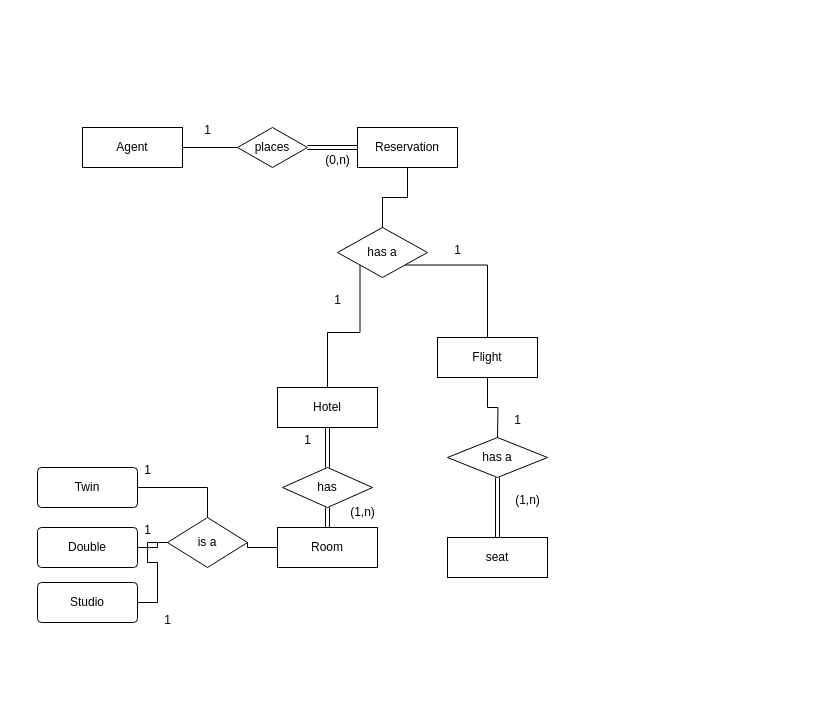
Earlier version of the draw.io diagram Q2C.drawio (Noah-B-Reef/CS-3560-Homework-3). Source tidied: cells renumbered, new cells numbered last; positions are measured from the earlier drawing's top-left corner, leaving out a move shared by most shapes. Both pictures are drawn from the tidied source at 100%, with x=0, y=0 at pixel (37, 115).
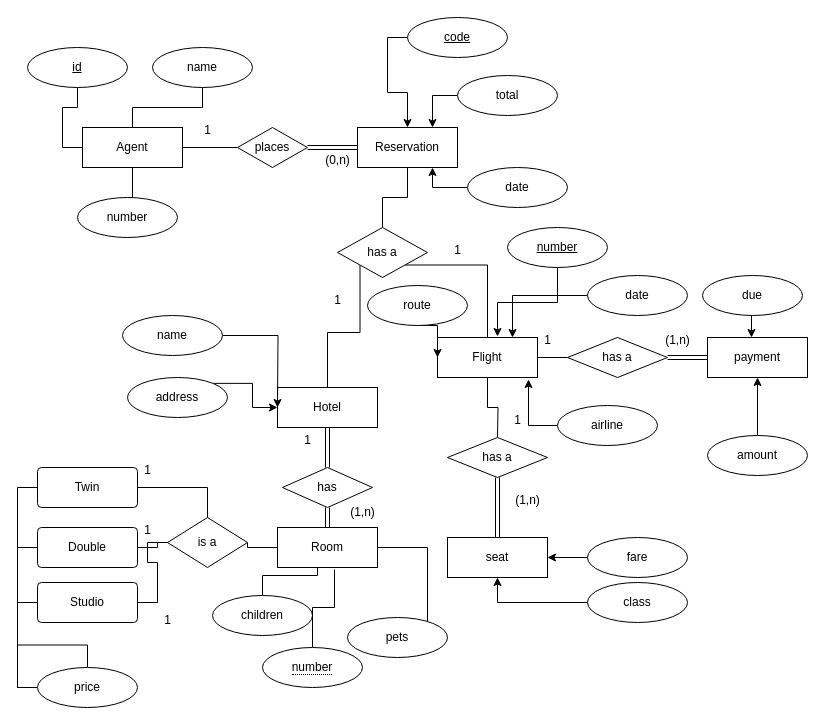
The same page after the edit.

The change refers to these unchanged cells:
```xml
<mxCell id="3" value="Flight" style="whiteSpace=wrap;html=1;align=center;" parent="1" vertex="1">
  <mxGeometry x="400" y="222" width="100" height="40" as="geometry" />
</mxCell>
<mxCell id="5" value="Hotel" style="whiteSpace=wrap;html=1;align=center;" parent="1" vertex="1">
  <mxGeometry x="240" y="272" width="100" height="40" as="geometry" />
</mxCell>
<mxCell id="7" value="Reservation" style="whiteSpace=wrap;html=1;align=center;" parent="1" vertex="1">
  <mxGeometry x="320" y="12" width="100" height="40" as="geometry" />
</mxCell>
<mxCell id="9" value="Agent" style="whiteSpace=wrap;html=1;align=center;" parent="1" vertex="1">
  <mxGeometry x="45" y="12" width="100" height="40" as="geometry" />
</mxCell>
<mxCell id="11" value="Room" style="whiteSpace=wrap;html=1;align=center;" parent="1" vertex="1">
  <mxGeometry x="240" y="412" width="100" height="40" as="geometry" />
</mxCell>
<mxCell id="13" value="Twin" style="rounded=1;arcSize=10;whiteSpace=wrap;html=1;align=center;" parent="1" vertex="1">
  <mxGeometry y="352" width="100" height="40" as="geometry" />
</mxCell>
<mxCell id="15" value="Double" style="rounded=1;arcSize=10;whiteSpace=wrap;html=1;align=center;" parent="1" vertex="1">
  <mxGeometry y="412" width="100" height="40" as="geometry" />
</mxCell>
<mxCell id="17" value="Studio" style="rounded=1;arcSize=10;whiteSpace=wrap;html=1;align=center;" parent="1" vertex="1">
  <mxGeometry y="467" width="100" height="40" as="geometry" />
</mxCell>
<mxCell id="35" value="seat" style="whiteSpace=wrap;html=1;align=center;" parent="1" vertex="1">
  <mxGeometry x="410" y="422" width="100" height="40" as="geometry" />
</mxCell>
```

What changed in the source:
```diff
@@
+    <mxCell id="40" style="edgeStyle=orthogonalEdgeStyle;rounded=0;jettySize=auto;html=1;exitX=1;exitY=0.5;exitDx=0;exitDy=0;entryX=0;entryY=0.5;entryDx=0;entryDy=0;endArrow=none;endFill=0;" parent="1" edge="1" source="3" target="46">
+      <mxGeometry relative="1" as="geometry" />
+    </mxCell>
@@
+    <mxCell id="41" style="edgeStyle=orthogonalEdgeStyle;rounded=0;jettySize=auto;html=1;exitX=0;exitY=0.5;exitDx=0;exitDy=0;entryX=0;entryY=0.5;entryDx=0;entryDy=0;endArrow=none;endFill=0;" parent="1" edge="1" source="13" target="55">
+      <mxGeometry relative="1" as="geometry" />
+    </mxCell>
@@
+    <mxCell id="42" style="edgeStyle=orthogonalEdgeStyle;rounded=0;jettySize=auto;html=1;exitX=0;exitY=0.5;exitDx=0;exitDy=0;entryX=0;entryY=0.5;entryDx=0;entryDy=0;endArrow=none;endFill=0;" parent="1" edge="1" source="15" target="55">
+      <mxGeometry relative="1" as="geometry" />
+    </mxCell>
@@
+    <mxCell id="43" style="edgeStyle=orthogonalEdgeStyle;rounded=0;jettySize=auto;html=1;exitX=0;exitY=0.5;exitDx=0;exitDy=0;entryX=0.5;entryY=0;entryDx=0;entryDy=0;endArrow=none;endFill=0;" parent="1" edge="1" source="17" target="55">
+      <mxGeometry relative="1" as="geometry" />
+    </mxCell>
@@
+    <mxCell id="44" value="payment" style="whiteSpace=wrap;html=1;align=center;" parent="1" vertex="1">
+      <mxGeometry x="670" y="222" width="100" height="40" as="geometry" />
+    </mxCell>
+    <mxCell id="45" style="edgeStyle=orthogonalEdgeStyle;rounded=0;jettySize=auto;html=1;exitX=1;exitY=0.5;exitDx=0;exitDy=0;entryX=0;entryY=0.5;entryDx=0;entryDy=0;shape=link;" parent="1" edge="1" source="46" target="44">
+      <mxGeometry relative="1" as="geometry" />
+    </mxCell>
+    <mxCell id="46" value="has a" style="shape=rhombus;perimeter=rhombusPerimeter;whiteSpace=wrap;html=1;align=center;" parent="1" vertex="1">
+      <mxGeometry x="530" y="222" width="100" height="40" as="geometry" />
+    </mxCell>
+    <mxCell id="47" value="1" style="text;html=1;align=center;verticalAlign=middle;strokeColor=none;fillColor=none;" parent="1" vertex="1">
+      <mxGeometry x="495" y="210" width="30" height="30" as="geometry" />
+    </mxCell>
+    <mxCell id="48" value="(1,n)" style="text;html=1;align=center;verticalAlign=middle;strokeColor=none;fillColor=none;" parent="1" vertex="1">
+      <mxGeometry x="615" y="210" width="50" height="30" as="geometry" />
+    </mxCell>
+    <mxCell id="49" style="edgeStyle=orthogonalEdgeStyle;rounded=0;jettySize=auto;html=1;exitX=0.5;exitY=1;exitDx=0;exitDy=0;entryX=0;entryY=0.5;entryDx=0;entryDy=0;endArrow=none;endFill=0;" parent="1" edge="1" source="50" target="9">
+      <mxGeometry relative="1" as="geometry" />
+    </mxCell>
+    <mxCell id="50" value="id" style="ellipse;whiteSpace=wrap;html=1;align=center;fontStyle=4;" parent="1" vertex="1">
+      <mxGeometry x="-10" y="-68" width="100" height="40" as="geometry" />
+    </mxCell>
+    <mxCell id="51" style="edgeStyle=orthogonalEdgeStyle;rounded=0;jettySize=auto;html=1;exitX=0.5;exitY=1;exitDx=0;exitDy=0;entryX=0.5;entryY=0;entryDx=0;entryDy=0;endArrow=none;endFill=0;" parent="1" edge="1" source="52" target="9">
+      <mxGeometry relative="1" as="geometry" />
+    </mxCell>
+    <mxCell id="52" value="name" style="ellipse;whiteSpace=wrap;html=1;align=center;" parent="1" vertex="1">
+      <mxGeometry x="115" y="-68" width="100" height="40" as="geometry" />
+    </mxCell>
+    <mxCell id="53" style="edgeStyle=orthogonalEdgeStyle;rounded=0;jettySize=auto;html=1;exitX=0.5;exitY=0;exitDx=0;exitDy=0;entryX=0.5;entryY=1;entryDx=0;entryDy=0;endArrow=none;endFill=0;" parent="1" edge="1" source="54" target="9">
+      <mxGeometry relative="1" as="geometry" />
+    </mxCell>
+    <mxCell id="54" value="number" style="ellipse;whiteSpace=wrap;html=1;align=center;" parent="1" vertex="1">
+      <mxGeometry x="40" y="82" width="100" height="40" as="geometry" />
+    </mxCell>
+    <mxCell id="55" value="price" style="ellipse;whiteSpace=wrap;html=1;align=center;" parent="1" vertex="1">
+      <mxGeometry y="552" width="100" height="40" as="geometry" />
+    </mxCell>
+    <mxCell id="56" style="edgeStyle=orthogonalEdgeStyle;rounded=0;jettySize=auto;html=1;exitX=0.5;exitY=0;exitDx=0;exitDy=0;entryX=0.4;entryY=1;entryDx=0;entryDy=0;entryPerimeter=0;endArrow=none;endFill=0;" parent="1" edge="1" source="57" target="11">
+      <mxGeometry relative="1" as="geometry" />
+    </mxCell>
+    <mxCell id="57" value="children" style="ellipse;whiteSpace=wrap;html=1;align=center;" parent="1" vertex="1">
+      <mxGeometry x="175" y="480" width="100" height="40" as="geometry" />
+    </mxCell>
+    <mxCell id="58" style="edgeStyle=orthogonalEdgeStyle;rounded=0;jettySize=auto;html=1;exitX=0.5;exitY=0;exitDx=0;exitDy=0;entryX=0.57;entryY=1.05;entryDx=0;entryDy=0;entryPerimeter=0;endArrow=none;endFill=0;" parent="1" edge="1" source="59" target="11">
+      <mxGeometry relative="1" as="geometry" />
+    </mxCell>
+    <mxCell id="59" value="&lt;span style=&quot;border-bottom: 1px dotted&quot;&gt;number&lt;/span&gt;" style="ellipse;whiteSpace=wrap;html=1;align=center;" parent="1" vertex="1">
+      <mxGeometry x="225" y="532" width="100" height="40" as="geometry" />
+    </mxCell>
+    <mxCell id="60" style="edgeStyle=orthogonalEdgeStyle;rounded=0;jettySize=auto;html=1;exitX=1;exitY=0.5;exitDx=0;exitDy=0;entryX=1;entryY=0.5;entryDx=0;entryDy=0;endArrow=none;endFill=0;" parent="1" edge="1" source="61" target="11">
+      <mxGeometry relative="1" as="geometry">
+        <Array as="points">
+          <mxPoint x="390" y="432" />
+        </Array>
+      </mxGeometry>
+    </mxCell>
+    <mxCell id="61" value="pets" style="ellipse;whiteSpace=wrap;html=1;align=center;" parent="1" vertex="1">
+      <mxGeometry x="310" y="502" width="100" height="40" as="geometry" />
+    </mxCell>
+    <mxCell id="62" style="edgeStyle=orthogonalEdgeStyle;rounded=0;jettySize=auto;html=1;exitX=1;exitY=0.5;exitDx=0;exitDy=0;" parent="1" edge="1" source="63">
+      <mxGeometry relative="1" as="geometry">
+        <mxPoint x="240" y="292" as="targetPoint" />
+      </mxGeometry>
+    </mxCell>
+    <mxCell id="63" value="name" style="ellipse;whiteSpace=wrap;html=1;align=center;" parent="1" vertex="1">
+      <mxGeometry x="85" y="200" width="100" height="40" as="geometry" />
+    </mxCell>
+    <mxCell id="64" style="edgeStyle=orthogonalEdgeStyle;rounded=0;jettySize=auto;html=1;exitX=1;exitY=0;exitDx=0;exitDy=0;entryX=0;entryY=0.5;entryDx=0;entryDy=0;" parent="1" edge="1" source="65" target="5">
+      <mxGeometry relative="1" as="geometry" />
+    </mxCell>
+    <mxCell id="65" value="address" style="ellipse;whiteSpace=wrap;html=1;align=center;" parent="1" vertex="1">
+      <mxGeometry x="90" y="262" width="100" height="40" as="geometry" />
+    </mxCell>
+    <mxCell id="66" style="edgeStyle=orthogonalEdgeStyle;rounded=0;jettySize=auto;html=1;exitX=0;exitY=0.5;exitDx=0;exitDy=0;entryX=1;entryY=0.5;entryDx=0;entryDy=0;" parent="1" edge="1" source="67" target="35">
+      <mxGeometry relative="1" as="geometry" />
+    </mxCell>
+    <mxCell id="67" value="fare" style="ellipse;whiteSpace=wrap;html=1;align=center;" parent="1" vertex="1">
+      <mxGeometry x="550" y="422" width="100" height="40" as="geometry" />
+    </mxCell>
+    <mxCell id="68" style="edgeStyle=orthogonalEdgeStyle;rounded=0;jettySize=auto;html=1;exitX=0;exitY=0.5;exitDx=0;exitDy=0;entryX=0.5;entryY=1;entryDx=0;entryDy=0;" parent="1" edge="1" source="69" target="35">
+      <mxGeometry relative="1" as="geometry" />
+    </mxCell>
+    <mxCell id="69" value="class" style="ellipse;whiteSpace=wrap;html=1;align=center;" parent="1" vertex="1">
+      <mxGeometry x="550" y="467" width="100" height="40" as="geometry" />
+    </mxCell>
+    <mxCell id="70" style="edgeStyle=orthogonalEdgeStyle;rounded=0;jettySize=auto;html=1;exitX=0;exitY=0.5;exitDx=0;exitDy=0;entryX=0.5;entryY=0;entryDx=0;entryDy=0;" parent="1" edge="1" source="71" target="7">
+      <mxGeometry relative="1" as="geometry" />
+    </mxCell>
+    <mxCell id="71" value="code" style="ellipse;whiteSpace=wrap;html=1;align=center;fontStyle=4;" parent="1" vertex="1">
+      <mxGeometry x="370" y="-98" width="100" height="40" as="geometry" />
+    </mxCell>
+    <mxCell id="72" style="edgeStyle=orthogonalEdgeStyle;rounded=0;jettySize=auto;html=1;exitX=0;exitY=0.5;exitDx=0;exitDy=0;entryX=0.75;entryY=0;entryDx=0;entryDy=0;" parent="1" edge="1" source="73" target="7">
+      <mxGeometry relative="1" as="geometry" />
+    </mxCell>
+    <mxCell id="73" value="total" style="ellipse;whiteSpace=wrap;html=1;align=center;" parent="1" vertex="1">
+      <mxGeometry x="420" y="-40" width="100" height="40" as="geometry" />
+    </mxCell>
+    <mxCell id="74" style="edgeStyle=orthogonalEdgeStyle;rounded=0;jettySize=auto;html=1;exitX=0;exitY=0.5;exitDx=0;exitDy=0;entryX=0.75;entryY=1;entryDx=0;entryDy=0;" parent="1" edge="1" source="75" target="7">
+      <mxGeometry relative="1" as="geometry" />
+    </mxCell>
+    <mxCell id="75" value="date" style="ellipse;whiteSpace=wrap;html=1;align=center;" parent="1" vertex="1">
+      <mxGeometry x="430" y="52" width="100" height="40" as="geometry" />
+    </mxCell>
+    <mxCell id="76" style="edgeStyle=orthogonalEdgeStyle;rounded=0;jettySize=auto;html=1;exitX=0.5;exitY=1;exitDx=0;exitDy=0;entryX=0.6;entryY=-0.025;entryDx=0;entryDy=0;entryPerimeter=0;" parent="1" edge="1" source="77" target="3">
+      <mxGeometry relative="1" as="geometry" />
+    </mxCell>
+    <mxCell id="77" value="number" style="ellipse;whiteSpace=wrap;html=1;align=center;fontStyle=4;" parent="1" vertex="1">
+      <mxGeometry x="470" y="112" width="100" height="40" as="geometry" />
+    </mxCell>
+    <mxCell id="78" style="edgeStyle=orthogonalEdgeStyle;rounded=0;jettySize=auto;html=1;exitX=0;exitY=0.5;exitDx=0;exitDy=0;entryX=0.75;entryY=0;entryDx=0;entryDy=0;" parent="1" edge="1" source="79" target="3">
+      <mxGeometry relative="1" as="geometry" />
+    </mxCell>
+    <mxCell id="79" value="date" style="ellipse;whiteSpace=wrap;html=1;align=center;" parent="1" vertex="1">
+      <mxGeometry x="550" y="160" width="100" height="40" as="geometry" />
+    </mxCell>
+    <mxCell id="80" style="edgeStyle=orthogonalEdgeStyle;rounded=0;jettySize=auto;html=1;exitX=0;exitY=0.5;exitDx=0;exitDy=0;entryX=0.91;entryY=1.05;entryDx=0;entryDy=0;entryPerimeter=0;" parent="1" edge="1" source="81" target="3">
+      <mxGeometry relative="1" as="geometry" />
+    </mxCell>
+    <mxCell id="81" value="airline" style="ellipse;whiteSpace=wrap;html=1;align=center;" parent="1" vertex="1">
+      <mxGeometry x="520" y="290" width="100" height="40" as="geometry" />
+    </mxCell>
+    <mxCell id="82" style="edgeStyle=orthogonalEdgeStyle;rounded=0;jettySize=auto;html=1;exitX=0.5;exitY=1;exitDx=0;exitDy=0;entryX=0;entryY=0.5;entryDx=0;entryDy=0;" parent="1" edge="1" source="83" target="3">
+      <mxGeometry relative="1" as="geometry" />
+    </mxCell>
+    <mxCell id="83" value="route" style="ellipse;whiteSpace=wrap;html=1;align=center;" parent="1" vertex="1">
+      <mxGeometry x="330" y="170" width="100" height="40" as="geometry" />
+    </mxCell>
+    <mxCell id="84" style="edgeStyle=orthogonalEdgeStyle;rounded=0;jettySize=auto;html=1;exitX=0.5;exitY=1;exitDx=0;exitDy=0;entryX=0.44;entryY=0;entryDx=0;entryDy=0;entryPerimeter=0;" parent="1" edge="1" source="85" target="44">
+      <mxGeometry relative="1" as="geometry" />
+    </mxCell>
+    <mxCell id="85" value="due" style="ellipse;whiteSpace=wrap;html=1;align=center;" parent="1" vertex="1">
+      <mxGeometry x="665" y="160" width="100" height="40" as="geometry" />
+    </mxCell>
+    <mxCell id="86" style="edgeStyle=orthogonalEdgeStyle;rounded=0;jettySize=auto;html=1;exitX=0.5;exitY=0;exitDx=0;exitDy=0;entryX=0.5;entryY=1;entryDx=0;entryDy=0;" parent="1" edge="1" source="87" target="44">
+      <mxGeometry relative="1" as="geometry" />
+    </mxCell>
+    <mxCell id="87" value="amount" style="ellipse;whiteSpace=wrap;html=1;align=center;" parent="1" vertex="1">
+      <mxGeometry x="670" y="320" width="100" height="40" as="geometry" />
+    </mxCell>
```
